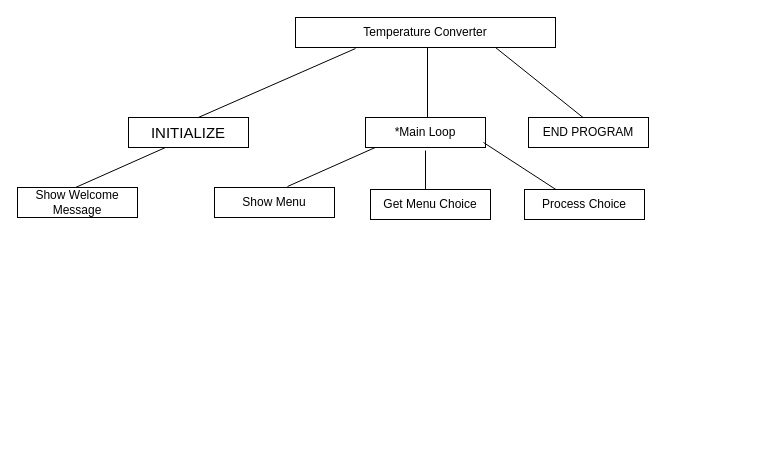
Above: jsp.drawio in adeniyi1379/Adeniyi1379 (draw.io), before the change. Source tidied: cells renumbered, new cells numbered last; positions are measured from the earlier drawing's top-left corner, leaving out a move shared by most shapes. Both pictures are drawn from the tidied source at 100%, with x=0, y=0 at pixel (17, 17).
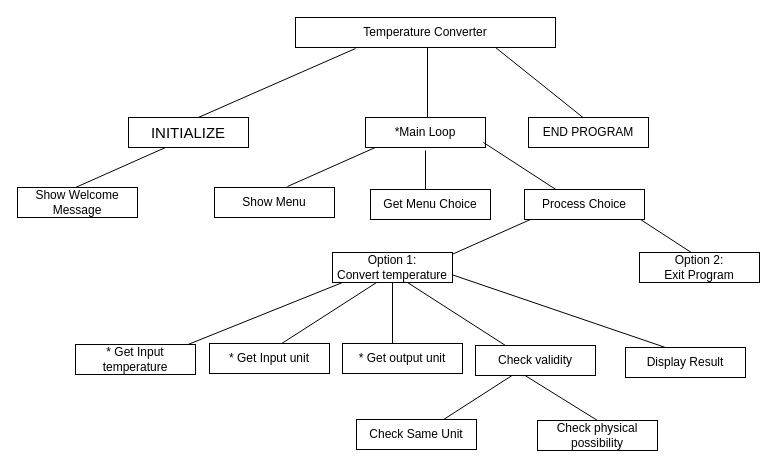
Above is the later version.

What changed in the source:
```diff
@@
-    <mxCell id="7" value="*Main Loop" style="rounded=0;whiteSpace=wrap;html=1;" parent="1" vertex="1">
+    <mxCell id="7" value="*Main Loop" style="rounded=0;whiteSpace=wrap;html=1;strokeColor=light-dark(#000000,#FFFFCC);" parent="1" vertex="1">
       <mxGeometry x="348" y="100" width="120" height="30" as="geometry" />
     </mxCell>
@@
+    <mxCell id="17" style="endArrow=none;html=1;rounded=0;startSize=11;" parent="1" edge="1">
+      <mxGeometry relative="1" as="geometry">
+        <mxPoint x="432" y="238" as="sourcePoint" />
+        <mxPoint x="522" y="198" as="targetPoint" />
+      </mxGeometry>
+    </mxCell>
+    <mxCell id="18" style="endArrow=none;html=1;rounded=0;" parent="1" edge="1">
+      <mxGeometry relative="1" as="geometry">
+        <mxPoint x="680" y="239" as="sourcePoint" />
+        <mxPoint x="603" y="189" as="targetPoint" />
+      </mxGeometry>
+    </mxCell>
@@
+    <mxCell id="19" style="endArrow=none;html=1;rounded=0;" parent="1" edge="1">
+      <mxGeometry relative="1" as="geometry">
+        <mxPoint x="168" y="328" as="sourcePoint" />
+        <mxPoint x="340" y="259" as="targetPoint" />
+      </mxGeometry>
+    </mxCell>
+    <mxCell id="20" style="endArrow=none;html=1;rounded=0;" parent="1" edge="1">
+      <mxGeometry relative="1" as="geometry">
+        <mxPoint x="258" y="330" as="sourcePoint" />
+        <mxPoint x="370" y="258" as="targetPoint" />
+      </mxGeometry>
+    </mxCell>
+    <mxCell id="21" style="endArrow=none;html=1;rounded=0;" parent="1" edge="1">
+      <mxGeometry relative="1" as="geometry">
+        <mxPoint x="375" y="332" as="sourcePoint" />
+        <mxPoint x="375" y="260" as="targetPoint" />
+      </mxGeometry>
+    </mxCell>
+    <mxCell id="22" style="endArrow=none;html=1;rounded=0;" parent="1" edge="1">
+      <mxGeometry relative="1" as="geometry">
+        <mxPoint x="376" y="256" as="sourcePoint" />
+        <mxPoint x="488" y="328" as="targetPoint" />
+      </mxGeometry>
+    </mxCell>
+    <mxCell id="23" style="endArrow=none;html=1;rounded=0;" parent="1" edge="1">
+      <mxGeometry relative="1" as="geometry">
+        <mxPoint x="431" y="256" as="sourcePoint" />
+        <mxPoint x="648" y="330" as="targetPoint" />
+      </mxGeometry>
+    </mxCell>
+    <mxCell id="24" value="&lt;div&gt;Option 1:&lt;/div&gt;Convert temperature" style="rounded=0;whiteSpace=wrap;html=1;strokeColor=light-dark(#000000,#CCFFFF);" parent="1" vertex="1">
+      <mxGeometry x="315" y="235" width="120" height="30" as="geometry" />
+    </mxCell>
+    <mxCell id="25" value="&lt;div&gt;Option 2:&lt;/div&gt;Exit Program" style="rounded=0;whiteSpace=wrap;html=1;strokeColor=light-dark(#000000,#CCFFFF);" parent="1" vertex="1">
+      <mxGeometry x="622" y="235" width="120" height="30" as="geometry" />
+    </mxCell>
+    <mxCell id="26" value="* Get Input temperature" style="rounded=0;whiteSpace=wrap;html=1;fillStyle=solid;strokeColor=light-dark(#000000,#FFFFCC);" parent="1" vertex="1">
+      <mxGeometry x="58" y="327" width="120" height="30" as="geometry" />
+    </mxCell>
+    <mxCell id="27" value="* Get Input unit" style="rounded=0;whiteSpace=wrap;html=1;strokeColor=light-dark(#000000,#FFFFCC);" parent="1" vertex="1">
+      <mxGeometry x="192" y="326" width="120" height="30" as="geometry" />
+    </mxCell>
+    <mxCell id="28" style="endArrow=none;html=1;rounded=0;" parent="1" edge="1">
+      <mxGeometry relative="1" as="geometry">
+        <mxPoint x="409" y="413" as="sourcePoint" />
+        <mxPoint x="521" y="341" as="targetPoint" />
+      </mxGeometry>
+    </mxCell>
+    <mxCell id="29" value="* Get output unit" style="rounded=0;whiteSpace=wrap;html=1;strokeColor=light-dark(#000000,#FFFFCC);" parent="1" vertex="1">
+      <mxGeometry x="325" y="326" width="120" height="30" as="geometry" />
+    </mxCell>
+    <mxCell id="30" style="endArrow=none;html=1;rounded=0;entryX=0.5;entryY=0;entryDx=0;entryDy=0;" parent="1" edge="1" target="34">
+      <mxGeometry relative="1" as="geometry">
+        <mxPoint x="485" y="344" as="sourcePoint" />
+      </mxGeometry>
+    </mxCell>
+    <mxCell id="31" value="Check validity" style="rounded=0;whiteSpace=wrap;html=1;" parent="1" vertex="1">
+      <mxGeometry x="458" y="328" width="120" height="30" as="geometry" />
+    </mxCell>
+    <mxCell id="32" value="Display Result" style="rounded=0;whiteSpace=wrap;html=1;" parent="1" vertex="1">
+      <mxGeometry x="608" y="330" width="120" height="30" as="geometry" />
+    </mxCell>
+    <mxCell id="33" value="Check Same Unit" style="rounded=0;whiteSpace=wrap;html=1;" parent="1" vertex="1">
+      <mxGeometry x="339" y="402" width="120" height="30" as="geometry" />
+    </mxCell>
+    <mxCell id="34" value="Check physical possibility" style="rounded=0;whiteSpace=wrap;html=1;" parent="1" vertex="1">
+      <mxGeometry x="520" y="403" width="120" height="30" as="geometry" />
+    </mxCell>
```
